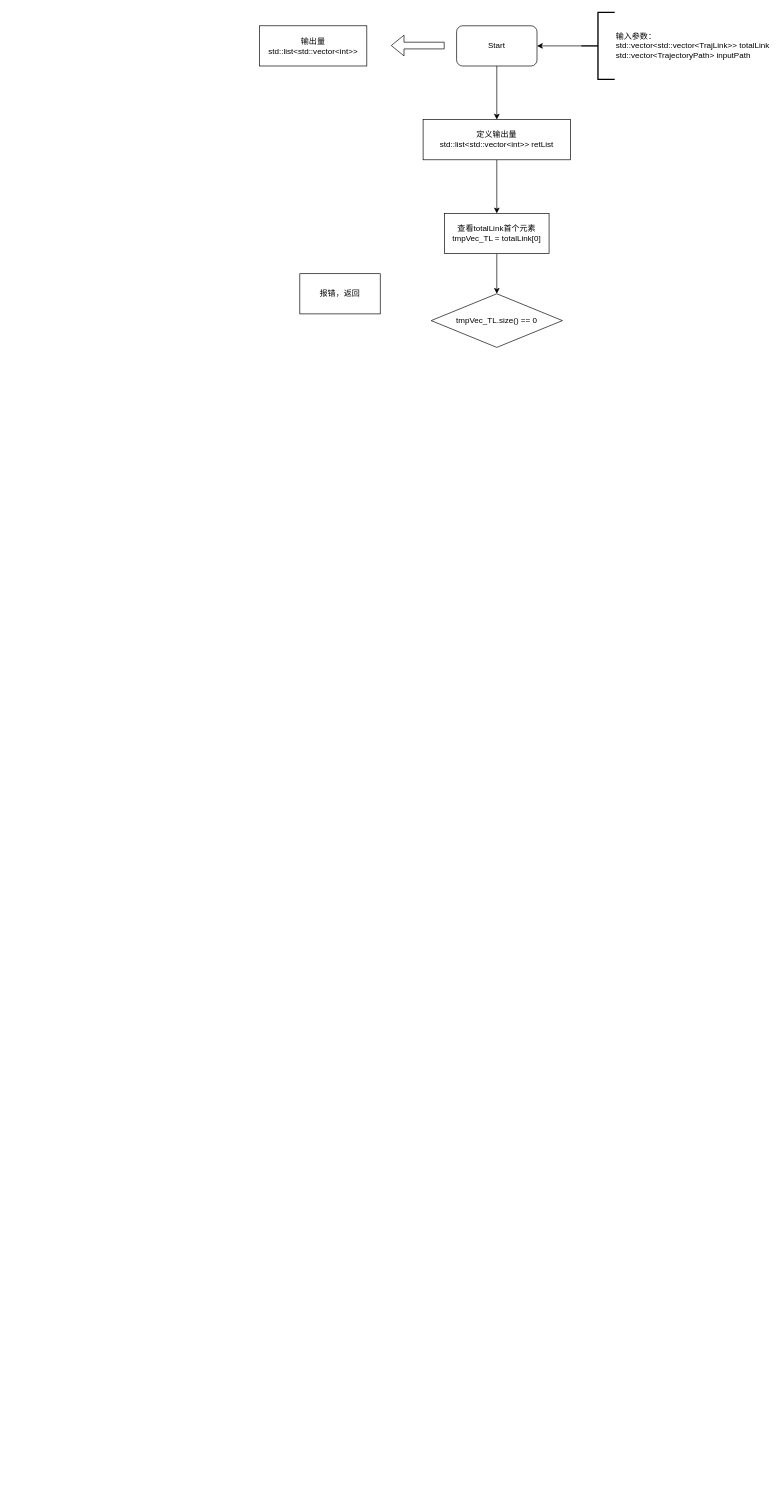
Above: TrajList_Find_OK_IdxVec.drawio in liujj05/flowChart (draw.io), before the change. Source tidied: cells renumbered, new cells numbered last; positions are measured from the earlier drawing's top-left corner, leaving out a move shared by most shapes. Both pictures are drawn from the tidied source at 67%, with x=0, y=0 at pixel (259, 12).
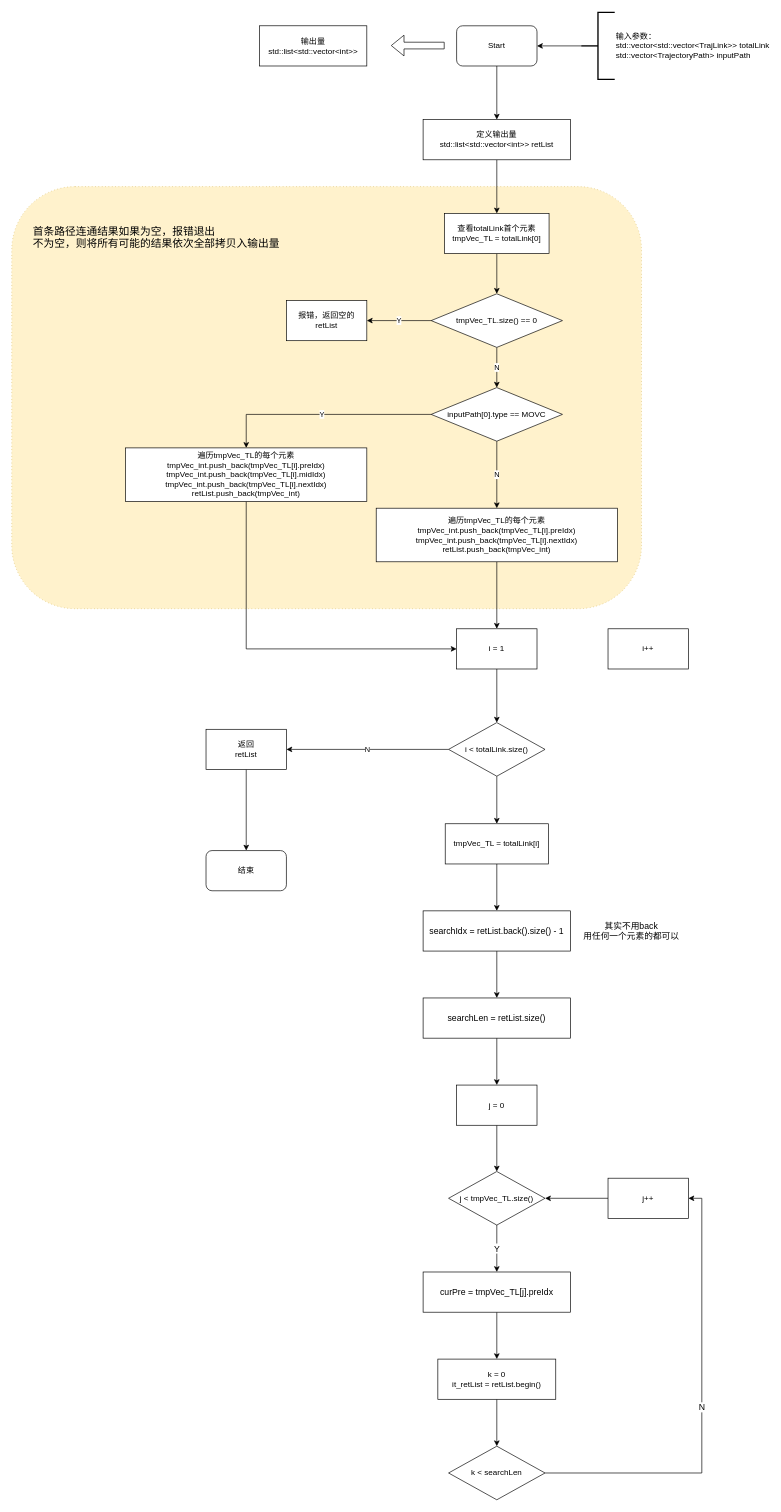
Above is the later version.

Unchanged cells that the change refers to:
```xml
<mxCell id="8" value="tmpVec_TL.size() == 0" style="rhombus;whiteSpace=wrap;html=1;" parent="1" vertex="1">
  <mxGeometry x="256" y="420" width="196" height="80" as="geometry" />
</mxCell>
```

Diff of the diagram source:
```diff
@@
+    <mxCell id="14" value="&lt;font style=&quot;font-size: 16px&quot;&gt;首条路径连通结果如果为空，报错退出&lt;br&gt;不为空，则将所有可能的结果依次全部拷贝入输出量&lt;/font&gt;" style="shape=ext;rounded=1;html=1;whiteSpace=wrap;dashed=1;dashPattern=1 4;align=left;verticalAlign=top;horizontal=1;labelPosition=center;verticalLabelPosition=middle;fontSize=13;spacingLeft=30;spacingTop=50;fillColor=#fff2cc;strokeColor=#d6b656;" parent="1" vertex="1">
+      <mxGeometry x="-370" y="260" width="940" height="630" as="geometry" />
+    </mxCell>
@@
+    <mxCell id="15" value="Y" style="edgeStyle=orthogonalEdgeStyle;rounded=0;jettySize=auto;html=1;exitX=0;exitY=0.5;exitDx=0;exitDy=0;entryX=1;entryY=0.5;entryDx=0;entryDy=0;" parent="1" edge="1" source="8" target="9">
+      <mxGeometry relative="1" as="geometry" />
+    </mxCell>
+    <mxCell id="16" value="N" style="edgeStyle=orthogonalEdgeStyle;rounded=0;jettySize=auto;html=1;entryX=0.5;entryY=0;entryDx=0;entryDy=0;" parent="1" edge="1" source="8" target="19">
+      <mxGeometry relative="1" as="geometry" />
+    </mxCell>
@@
-    <mxCell id="9" value="报错，返回" style="rounded=0;whiteSpace=wrap;html=1;" parent="1" vertex="1">
-      <mxGeometry x="60" y="390" width="120" height="60" as="geometry" />
+    <mxCell id="9" value="报错，返回空的 retList" style="rounded=0;whiteSpace=wrap;html=1;" parent="1" vertex="1">
+      <mxGeometry x="40" y="430" width="120" height="60" as="geometry" />
     </mxCell>
@@
+    <mxCell id="17" value="Y" style="edgeStyle=orthogonalEdgeStyle;rounded=0;jettySize=auto;html=1;exitX=0;exitY=0.5;exitDx=0;exitDy=0;entryX=0.5;entryY=0;entryDx=0;entryDy=0;" parent="1" edge="1" source="19" target="21">
+      <mxGeometry relative="1" as="geometry" />
+    </mxCell>
+    <mxCell id="18" value="N" style="edgeStyle=orthogonalEdgeStyle;rounded=0;jettySize=auto;html=1;exitX=0.5;exitY=1;exitDx=0;exitDy=0;entryX=0.5;entryY=0;entryDx=0;entryDy=0;" parent="1" edge="1" source="19" target="23">
+      <mxGeometry relative="1" as="geometry" />
+    </mxCell>
+    <mxCell id="19" value="inputPath[0].type == MOVC" style="rhombus;whiteSpace=wrap;html=1;" parent="1" vertex="1">
+      <mxGeometry x="256" y="560" width="196" height="80" as="geometry" />
+    </mxCell>
+    <mxCell id="20" style="edgeStyle=orthogonalEdgeStyle;rounded=0;jettySize=auto;html=1;exitX=0.5;exitY=1;exitDx=0;exitDy=0;entryX=0;entryY=0.5;entryDx=0;entryDy=0;" parent="1" edge="1" source="21" target="25">
+      <mxGeometry relative="1" as="geometry" />
+    </mxCell>
+    <mxCell id="21" value="遍历tmpVec_TL的每个元素&lt;br&gt;tmpVec_int.push_back(tmpVec_TL[i].preIdx)&lt;br&gt;tmpVec_int.push_back(tmpVec_TL[i].midIdx)&lt;br&gt;tmpVec_int.push_back(tmpVec_TL[i].nextIdx)&lt;br&gt;retList.push_back(tmpVec_int)" style="rounded=0;whiteSpace=wrap;html=1;" parent="1" vertex="1">
+      <mxGeometry x="-200" y="650" width="360" height="80" as="geometry" />
+    </mxCell>
+    <mxCell id="22" style="edgeStyle=orthogonalEdgeStyle;rounded=0;jettySize=auto;html=1;exitX=0.5;exitY=1;exitDx=0;exitDy=0;entryX=0.5;entryY=0;entryDx=0;entryDy=0;" parent="1" edge="1" source="23" target="25">
+      <mxGeometry relative="1" as="geometry" />
+    </mxCell>
+    <mxCell id="23" value="遍历tmpVec_TL的每个元素&lt;br&gt;tmpVec_int.push_back(tmpVec_TL[i].preIdx)&lt;br&gt;tmpVec_int.push_back(tmpVec_TL[i].nextIdx)&lt;br&gt;retList.push_back(tmpVec_int)" style="rounded=0;whiteSpace=wrap;html=1;" parent="1" vertex="1">
+      <mxGeometry x="174" y="740" width="360" height="80" as="geometry" />
+    </mxCell>
+    <mxCell id="24" style="edgeStyle=orthogonalEdgeStyle;rounded=0;jettySize=auto;html=1;exitX=0.5;exitY=1;exitDx=0;exitDy=0;entryX=0.5;entryY=0;entryDx=0;entryDy=0;fontSize=13;" parent="1" edge="1" source="25" target="29">
+      <mxGeometry relative="1" as="geometry" />
+    </mxCell>
+    <mxCell id="25" value="i = 1" style="rounded=0;whiteSpace=wrap;html=1;" parent="1" vertex="1">
+      <mxGeometry x="294" y="920" width="120" height="60" as="geometry" />
+    </mxCell>
+    <mxCell id="26" value="i++" style="rounded=0;whiteSpace=wrap;html=1;" parent="1" vertex="1">
+      <mxGeometry x="520" y="920" width="120" height="60" as="geometry" />
+    </mxCell>
+    <mxCell id="27" value="N" style="edgeStyle=orthogonalEdgeStyle;rounded=0;jettySize=auto;html=1;exitX=0;exitY=0.5;exitDx=0;exitDy=0;entryX=1;entryY=0.5;entryDx=0;entryDy=0;" parent="1" edge="1" source="29" target="32">
+      <mxGeometry relative="1" as="geometry" />
+    </mxCell>
+    <mxCell id="28" style="edgeStyle=orthogonalEdgeStyle;rounded=0;jettySize=auto;html=1;exitX=0.5;exitY=1;exitDx=0;exitDy=0;entryX=0.5;entryY=0;entryDx=0;entryDy=0;" parent="1" edge="1" source="29" target="34">
+      <mxGeometry relative="1" as="geometry" />
+    </mxCell>
+    <mxCell id="29" value="i &amp;lt; totalLink.size()" style="rhombus;whiteSpace=wrap;html=1;" parent="1" vertex="1">
+      <mxGeometry x="282" y="1060" width="144" height="80" as="geometry" />
+    </mxCell>
+    <mxCell id="30" value="结束" style="rounded=1;whiteSpace=wrap;html=1;" parent="1" vertex="1">
+      <mxGeometry x="-80" y="1251" width="120" height="60" as="geometry" />
+    </mxCell>
+    <mxCell id="31" style="edgeStyle=orthogonalEdgeStyle;rounded=0;jettySize=auto;html=1;exitX=0.5;exitY=1;exitDx=0;exitDy=0;entryX=0.5;entryY=0;entryDx=0;entryDy=0;" parent="1" edge="1" source="32" target="30">
+      <mxGeometry relative="1" as="geometry" />
+    </mxCell>
+    <mxCell id="32" value="返回&lt;br&gt;retList" style="rounded=0;whiteSpace=wrap;html=1;" parent="1" vertex="1">
+      <mxGeometry x="-80" y="1070" width="120" height="60" as="geometry" />
+    </mxCell>
+    <mxCell id="33" style="edgeStyle=orthogonalEdgeStyle;rounded=0;jettySize=auto;html=1;exitX=0.5;exitY=1;exitDx=0;exitDy=0;entryX=0.5;entryY=0;entryDx=0;entryDy=0;fontSize=13;" parent="1" edge="1" source="34" target="36">
+      <mxGeometry relative="1" as="geometry" />
+    </mxCell>
+    <mxCell id="34" value="tmpVec_TL = totalLink[i]" style="rounded=0;whiteSpace=wrap;html=1;" parent="1" vertex="1">
+      <mxGeometry x="277" y="1211" width="154" height="60" as="geometry" />
+    </mxCell>
+    <mxCell id="35" style="edgeStyle=orthogonalEdgeStyle;rounded=0;jettySize=auto;html=1;exitX=0.5;exitY=1;exitDx=0;exitDy=0;entryX=0.5;entryY=0;entryDx=0;entryDy=0;fontSize=13;" parent="1" edge="1" source="36" target="38">
+      <mxGeometry relative="1" as="geometry" />
+    </mxCell>
+    <mxCell id="36" value="searchIdx = retList.back().size() - 1" style="rounded=0;whiteSpace=wrap;html=1;fontSize=13;align=center;" parent="1" vertex="1">
+      <mxGeometry x="244" y="1341" width="220" height="60" as="geometry" />
+    </mxCell>
+    <mxCell id="37" style="edgeStyle=orthogonalEdgeStyle;rounded=0;jettySize=auto;html=1;exitX=0.5;exitY=1;exitDx=0;exitDy=0;entryX=0.5;entryY=0;entryDx=0;entryDy=0;fontSize=13;" parent="1" edge="1" source="38" target="41">
+      <mxGeometry relative="1" as="geometry" />
+    </mxCell>
+    <mxCell id="38" value="searchLen = retList.size()" style="rounded=0;whiteSpace=wrap;html=1;fontSize=13;align=center;" parent="1" vertex="1">
+      <mxGeometry x="244" y="1471" width="220" height="60" as="geometry" />
+    </mxCell>
+    <mxCell id="39" value="其实不用back&lt;br&gt;用任何一个元素的都可以" style="text;html=1;strokeColor=none;fillColor=none;align=center;verticalAlign=middle;whiteSpace=wrap;rounded=0;fontSize=13;" parent="1" vertex="1">
+      <mxGeometry x="480" y="1351" width="150" height="40" as="geometry" />
+    </mxCell>
+    <mxCell id="40" style="edgeStyle=orthogonalEdgeStyle;rounded=0;jettySize=auto;html=1;exitX=0.5;exitY=1;exitDx=0;exitDy=0;entryX=0.5;entryY=0;entryDx=0;entryDy=0;fontSize=13;" parent="1" edge="1" source="41" target="45">
+      <mxGeometry relative="1" as="geometry" />
+    </mxCell>
+    <mxCell id="41" value="j = 0" style="rounded=0;whiteSpace=wrap;html=1;" parent="1" vertex="1">
+      <mxGeometry x="294" y="1601" width="120" height="60" as="geometry" />
+    </mxCell>
+    <mxCell id="42" style="edgeStyle=orthogonalEdgeStyle;rounded=0;jettySize=auto;html=1;exitX=0;exitY=0.5;exitDx=0;exitDy=0;entryX=1;entryY=0.5;entryDx=0;entryDy=0;fontSize=13;" parent="1" edge="1" source="43" target="45">
+      <mxGeometry relative="1" as="geometry" />
+    </mxCell>
+    <mxCell id="43" value="j++" style="rounded=0;whiteSpace=wrap;html=1;" parent="1" vertex="1">
+      <mxGeometry x="520" y="1740" width="120" height="60" as="geometry" />
+    </mxCell>
+    <mxCell id="44" value="Y" style="edgeStyle=orthogonalEdgeStyle;rounded=0;jettySize=auto;html=1;exitX=0.5;exitY=1;exitDx=0;exitDy=0;entryX=0.5;entryY=0;entryDx=0;entryDy=0;fontSize=13;" parent="1" edge="1" source="45" target="47">
+      <mxGeometry relative="1" as="geometry" />
+    </mxCell>
+    <mxCell id="45" value="j &amp;lt; tmpVec_TL.size()" style="rhombus;whiteSpace=wrap;html=1;" parent="1" vertex="1">
+      <mxGeometry x="282" y="1730" width="144" height="80" as="geometry" />
+    </mxCell>
+    <mxCell id="46" style="edgeStyle=orthogonalEdgeStyle;rounded=0;jettySize=auto;html=1;exitX=0.5;exitY=1;exitDx=0;exitDy=0;entryX=0.5;entryY=0;entryDx=0;entryDy=0;fontSize=13;" parent="1" edge="1" source="47" target="49">
+      <mxGeometry relative="1" as="geometry" />
+    </mxCell>
+    <mxCell id="47" value="curPre = tmpVec_TL[j].preIdx" style="rounded=0;whiteSpace=wrap;html=1;fontSize=13;align=center;" parent="1" vertex="1">
+      <mxGeometry x="244" y="1880" width="220" height="60" as="geometry" />
+    </mxCell>
+    <mxCell id="48" style="edgeStyle=orthogonalEdgeStyle;rounded=0;jettySize=auto;html=1;exitX=0.5;exitY=1;exitDx=0;exitDy=0;entryX=0.5;entryY=0;entryDx=0;entryDy=0;fontSize=13;" parent="1" edge="1" source="49" target="51">
+      <mxGeometry relative="1" as="geometry" />
+    </mxCell>
+    <mxCell id="49" value="k = 0&lt;br&gt;it_retList = retList.begin()" style="rounded=0;whiteSpace=wrap;html=1;" parent="1" vertex="1">
+      <mxGeometry x="266" y="2010" width="176" height="60" as="geometry" />
+    </mxCell>
+    <mxCell id="50" value="N" style="edgeStyle=orthogonalEdgeStyle;rounded=0;jettySize=auto;html=1;exitX=1;exitY=0.5;exitDx=0;exitDy=0;entryX=1;entryY=0.5;entryDx=0;entryDy=0;fontSize=13;" parent="1" edge="1" source="51" target="43">
+      <mxGeometry relative="1" as="geometry" />
+    </mxCell>
+    <mxCell id="51" value="k &amp;lt; searchLen" style="rhombus;whiteSpace=wrap;html=1;" parent="1" vertex="1">
+      <mxGeometry x="282" y="2140" width="144" height="80" as="geometry" />
+    </mxCell>
```
